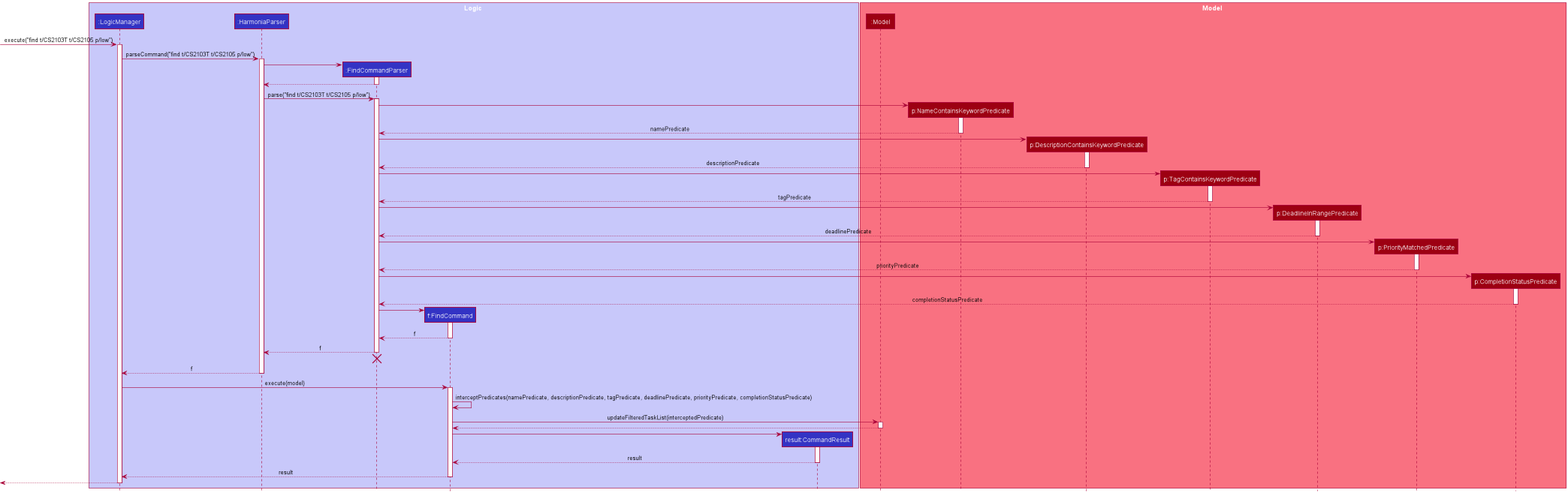
Earlier version of the PlantUML export docs/images/SearchSequenceDiagram.png (sbhbenjamin/tp).
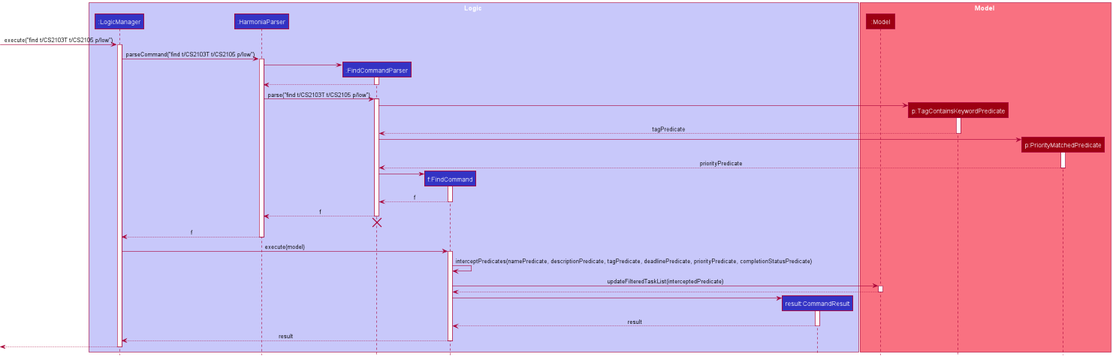
The same file after the commit.

Commit message:
Simpify diagram

Diff of the diagram source:
```diff
@@ -11,12 +11,8 @@
 
 box Model MODEL_COLOR_T1
 participant ":Model" as Model MODEL_COLOR
-participant "p:NameContainsKeywordPredicate" as NameContainsKeywordPredicate MODEL_COLOR
-participant "p:DescriptionContainsKeywordPredicate" as DescriptionContainsKeywordPredicate MODEL_COLOR
 participant "p:TagContainsKeywordPredicate" as TagContainsKeywordPredicate MODEL_COLOR
-participant "p:DeadlineInRangePredicate" as DeadlineInRangePredicate MODEL_COLOR
 participant "p:PriorityMatchedPredicate" as PriorityMatchedPredicate MODEL_COLOR
-participant "p:CompletionStatusPredicate" as CompletionStatusPredicate MODEL_COLOR
 end box
 
 [-> LogicManager : execute("find t/CS2103T t/CS2105 p/low")
@@ -35,23 +31,6 @@
 HarmoniaParser -> FindCommandParser : parse("find t/CS2103T t/CS2105 p/low")
 activate FindCommandParser
 
-
-create NameContainsKeywordPredicate
-FindCommandParser -> NameContainsKeywordPredicate
-activate NameContainsKeywordPredicate
-
-NameContainsKeywordPredicate --> FindCommandParser : namePredicate
-deactivate NameContainsKeywordPredicate
-
-
-create DescriptionContainsKeywordPredicate
-FindCommandParser -> DescriptionContainsKeywordPredicate
-activate DescriptionContainsKeywordPredicate
-
-DescriptionContainsKeywordPredicate --> FindCommandParser : descriptionPredicate
-deactivate DescriptionContainsKeywordPredicate
-
-
 create TagContainsKeywordPredicate
 FindCommandParser -> TagContainsKeywordPredicate
 activate TagContainsKeywordPredicate
@@ -59,28 +38,12 @@
 TagContainsKeywordPredicate --> FindCommandParser : tagPredicate
 deactivate TagContainsKeywordPredicate
 
-create DeadlineInRangePredicate
-FindCommandParser -> DeadlineInRangePredicate
-activate DeadlineInRangePredicate
-
-DeadlineInRangePredicate --> FindCommandParser : deadlinePredicate
-deactivate DeadlineInRangePredicate
-
-
 create PriorityMatchedPredicate
 FindCommandParser -> PriorityMatchedPredicate
 activate PriorityMatchedPredicate
 
 PriorityMatchedPredicate --> FindCommandParser : priorityPredicate
 deactivate PriorityMatchedPredicate
-
-
-create CompletionStatusPredicate
-FindCommandParser -> CompletionStatusPredicate
-activate CompletionStatusPredicate
-
-CompletionStatusPredicate --> FindCommandParser : completionStatusPredicate
-deactivate CompletionStatusPredicate
 
 
 create FindCommand
```
